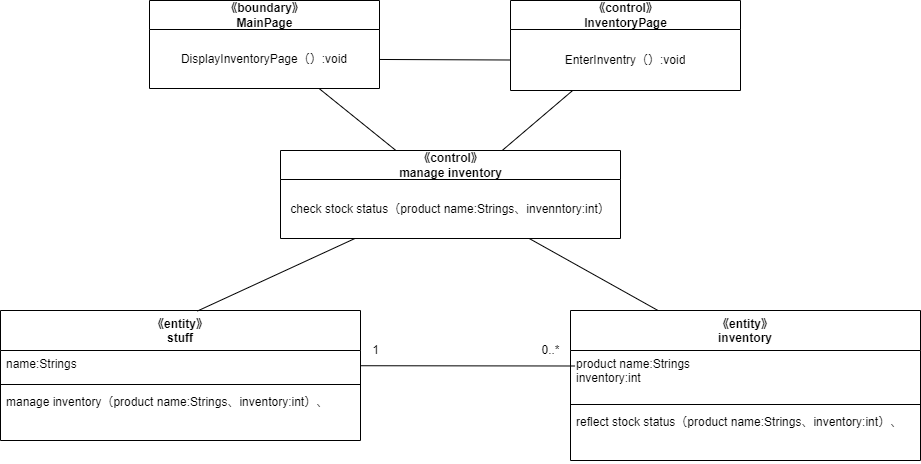
Before: psp4/設計モデルのクラス/設計モデルクラス図_在庫管理.drawio.png, a diagram exported from draw.io (MasakiHiguchi/---). Source tidied: cells renumbered, new cells last; positions are measured from the earlier drawing's top-left corner, leaving out a move shared by most shapes.
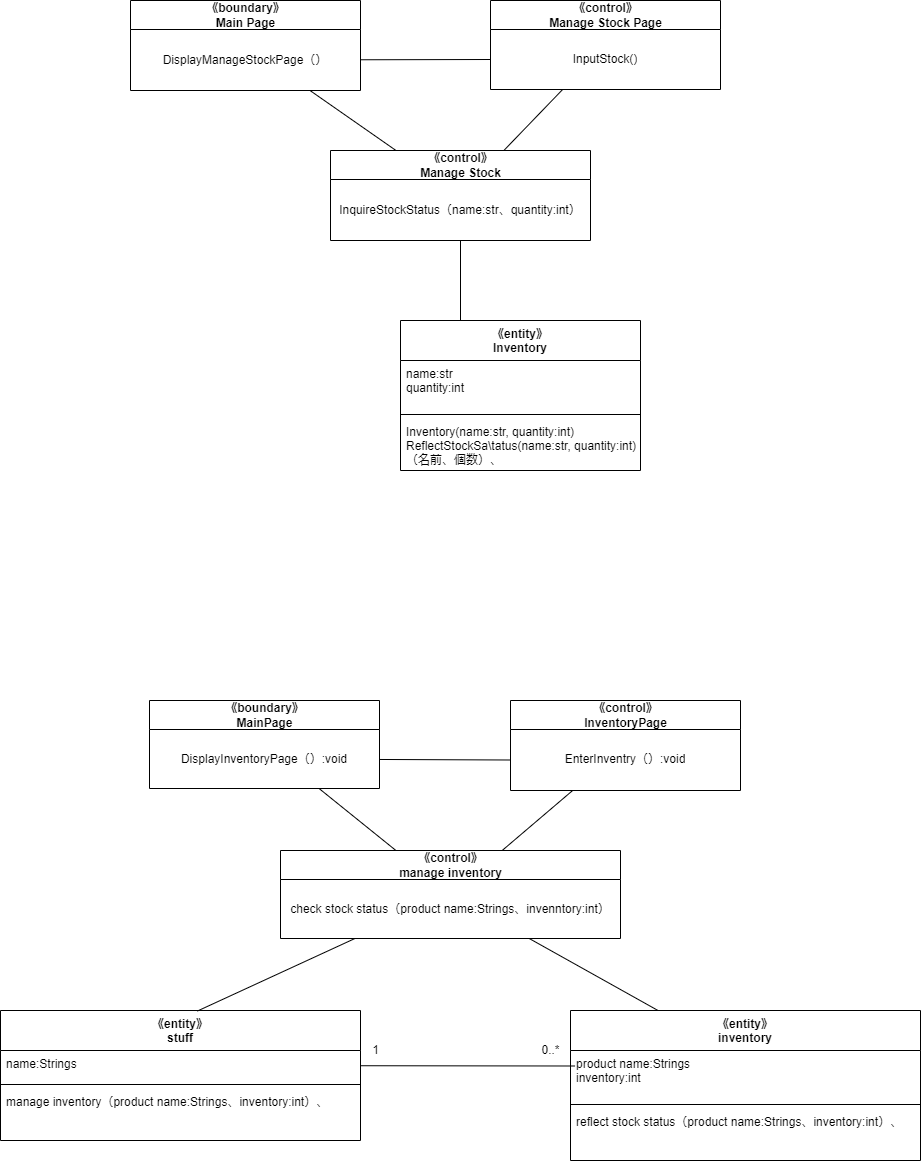
Later version of the same file.

What changed in the source:
```diff
@@ -68,5 +68,47 @@
     <mxCell id="23" style="edgeStyle=none;html=1;entryX=0;entryY=0.5;entryDx=0;entryDy=0;endArrow=none;endFill=0;" parent="1" edge="1" source="19" target="22">
       <mxGeometry relative="1" as="geometry" />
     </mxCell>
+    <mxCell id="24" value="《entity》&#10;Inventory" style="swimlane;fontStyle=1;align=center;verticalAlign=top;horizontal=1;startSize=40;" parent="1" vertex="1">
+      <mxGeometry x="400" y="-380" width="240" height="150" as="geometry" />
+    </mxCell>
+    <mxCell id="25" value="name:str&#10;quantity:int" style="text;strokeColor=none;fillColor=none;align=left;verticalAlign=top;spacingLeft=4;spacingRight=4;overflow=hidden;" parent="24" vertex="1">
+      <mxGeometry y="40" width="240" height="50" as="geometry" />
+    </mxCell>
+    <mxCell id="26" style="line;strokeWidth=1;fillColor=none;align=left;verticalAlign=middle;spacingTop=-1;spacingLeft=3;spacingRight=3;labelPosition=right;strokeColor=inherit;" parent="24" vertex="1">
+      <mxGeometry y="90" width="240" height="8" as="geometry" />
+    </mxCell>
+    <mxCell id="27" value="Inventory(name:str, quantity:int)&#10;ReflectStockSa\tatus(name:str, quantity:int)&#10;（名前、個数）、" style="text;strokeColor=none;fillColor=none;align=left;verticalAlign=top;spacingLeft=4;spacingRight=4;overflow=hidden;" parent="24" vertex="1">
+      <mxGeometry y="98" width="240" height="52" as="geometry" />
+    </mxCell>
+    <mxCell id="28" style="edgeStyle=none;html=1;entryX=0.25;entryY=0;entryDx=0;entryDy=0;endArrow=none;endFill=0;" parent="1" edge="1" source="29" target="24">
+      <mxGeometry relative="1" as="geometry" />
+    </mxCell>
+    <mxCell id="29" value="《control》&lt;br&gt;Manage Stock" style="swimlane;fontStyle=1;align=center;verticalAlign=middle;horizontal=1;startSize=29;html=1;" parent="1" vertex="1">
+      <mxGeometry x="330" y="-550" width="260" height="90" as="geometry" />
+    </mxCell>
+    <mxCell id="30" value="InquireStockStatus（name:str、quantity:int）" style="text;html=1;strokeColor=none;fillColor=none;align=center;verticalAlign=middle;spacingLeft=4;spacingRight=4;overflow=hidden;" parent="29" vertex="1">
+      <mxGeometry y="29" width="260" height="61" as="geometry" />
+    </mxCell>
+    <mxCell id="31" style="edgeStyle=none;html=1;endArrow=none;endFill=0;" parent="1" edge="1" source="32" target="29">
+      <mxGeometry relative="1" as="geometry" />
+    </mxCell>
+    <mxCell id="32" value="《boundary》&lt;br&gt;Main Page" style="swimlane;fontStyle=1;align=center;verticalAlign=middle;horizontal=1;startSize=29;html=1;" parent="1" vertex="1">
+      <mxGeometry x="130" y="-700" width="230" height="90" as="geometry" />
+    </mxCell>
+    <mxCell id="33" value="DisplayManageStockPage（）" style="text;html=1;strokeColor=none;fillColor=none;align=center;verticalAlign=middle;spacingLeft=4;spacingRight=4;overflow=hidden;points=[[0,0.5],[1,0.5]];portConstraint=eastwest;" parent="32" vertex="1">
+      <mxGeometry y="29" width="230" height="61" as="geometry" />
+    </mxCell>
+    <mxCell id="34" style="edgeStyle=none;html=1;endArrow=none;endFill=0;" parent="1" edge="1" source="35" target="29">
+      <mxGeometry relative="1" as="geometry" />
+    </mxCell>
+    <mxCell id="35" value="《control》&lt;br&gt;Manage Stock Page" style="swimlane;fontStyle=1;align=center;verticalAlign=middle;horizontal=1;startSize=29;html=1;" parent="1" vertex="1">
+      <mxGeometry x="490" y="-700" width="230" height="89" as="geometry" />
+    </mxCell>
+    <mxCell id="36" value="InputStock()" style="text;html=1;strokeColor=none;fillColor=none;align=center;verticalAlign=middle;spacingLeft=4;spacingRight=4;overflow=hidden;points=[[0,0.5],[1,0.5]];portConstraint=eastwest;" parent="35" vertex="1">
+      <mxGeometry y="29" width="230" height="60" as="geometry" />
+    </mxCell>
+    <mxCell id="37" style="edgeStyle=none;html=1;entryX=0;entryY=0.5;entryDx=0;entryDy=0;endArrow=none;endFill=0;" parent="1" edge="1" source="33" target="36">
+      <mxGeometry relative="1" as="geometry" />
+    </mxCell>
   </root>
 </mxGraphModel>
```
